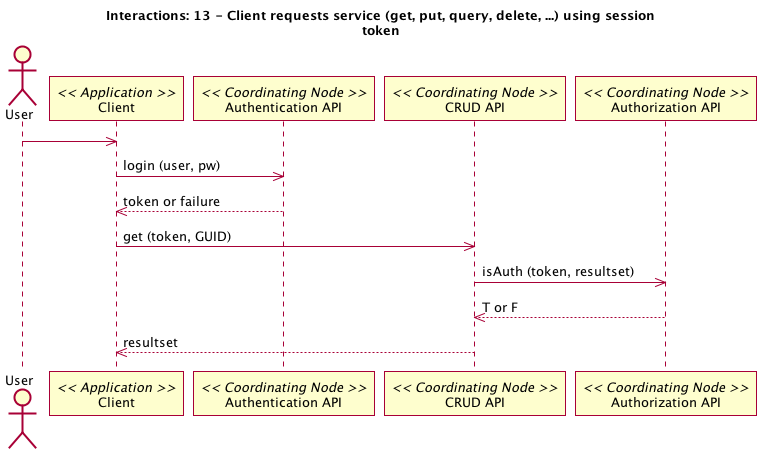
datadavev/DataONE_architecture keeps this PlantUML diagram as source/UseCases/images/13_interaction.png. Above is the earlier version.
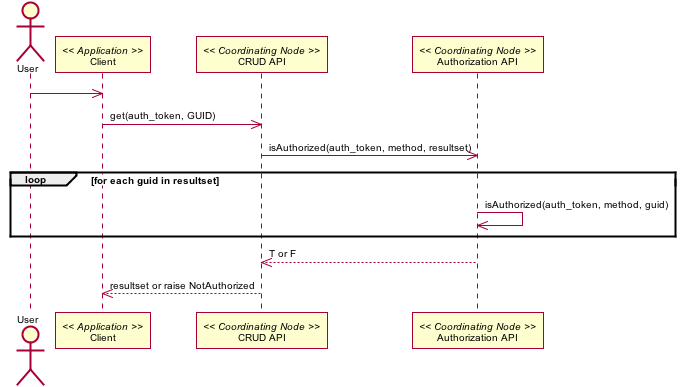
Above is the later version.

Change to the diagram source:
```diff
@@ -1,15 +1,71 @@
-@startuml 13_interaction.png
-title Interactions: 13 - Client requests service (get, put, query, delete, ...) using session\ntoken
+@startuml images/13_interaction.png
+skinparam activityFontColor black
+skinparam activityFontSize 10
+skinparam activityFontName arial
+skinparam activityArrowFontColor black
+skinparam activityArrowFontSize 10
+skinparam activityArrowFontName arial
+skinparam classArrowFontColor black
+skinparam classArrowFontSize 10
+skinparam classArrowFontName arial
+skinparam classAttributeFontColor black
+skinparam classAttributeFontSize 10
+skinparam classAttributeFontName arial
+skinparam classFontColor black
+skinparam classFontSize 10
+skinparam classFontName arial
+skinparam componentFontColor black
+skinparam componentFontSize 10
+skinparam componentFontName arial
+skinparam componentArrowFontColor black
+skinparam componentArrowFontSize 10
+skinparam componentArrowFontName arial
+skinparam noteFontColor black
+skinparam noteFontSize 10
+skinparam noteFontName arial
+skinparam packageFontColor black
+skinparam packageFontSize 10
+skinparam packageFontName arial
+skinparam sequenceActorFontColor black
+skinparam sequenceActorFontSize 10
+skinparam sequenceActorFontName arial
+skinparam sequenceArrowFontColor black
+skinparam sequenceArrowFontSize 10
+skinparam sequenceArrowFontName arial
+skinparam sequenceGroupingFontColor black
+skinparam sequenceGroupingFontSize 10
+skinparam sequenceGroupingFontName arial
+skinparam sequenceGroupingHeaderFontColor black
+skinparam sequenceGroupingHeaderFontSize 10
+skinparam sequenceGroupingHeaderFontName arial
+skinparam sequenceParticipantFontColor black
+skinparam sequenceParticipantFontSize 10
+skinparam sequenceParticipantFontName arial
+skinparam sequenceTitleFontColor black
+skinparam sequenceTitleFontSize 10
+skinparam sequenceTitleFontName arial
+skinparam titleFontColor black
+skinparam titleFontSize 10
+skinparam titleFontName arial
+skinparam usecaseFontColor black
+skinparam usecaseFontSize 10
+skinparam usecaseFontName arial
+skinparam usecaseActorFontColor black
+skinparam usecaseActorFontSize 10
+skinparam usecaseActorFontName arial
+skinparam usecaseArrowFontColor black
+skinparam usecaseArrowFontSize 10
+skinparam usecaseArrowFontName arial
 actor User
 participant "Client" as app_client << Application >>
 User -> app_client
-participant "Authentication API" as c_authenticate << Coordinating Node >>
-app_client -> c_authenticate: login (user, pw)
-app_client <-- c_authenticate: token or failure
 participant "CRUD API" as c_crud << Coordinating Node >>
-app_client -> c_crud: get (token, GUID)
 participant "Authorization API" as c_authorize << Coordinating Node >>
-c_crud -> c_authorize: isAuth (token, resultset)
+app_client -> c_crud: get(auth_token, GUID)
+c_crud -> c_authorize: isAuthorized(auth_token, method, resultset)
+loop for each guid in resultset
+c_authorize -> c_authorize: isAuthorized(auth_token, method, guid)
+end
 c_crud <-- c_authorize: T or F
-app_client <-- c_crud: resultset
+app_client <-- c_crud: resultset or raise NotAuthorized
 @enduml
```
